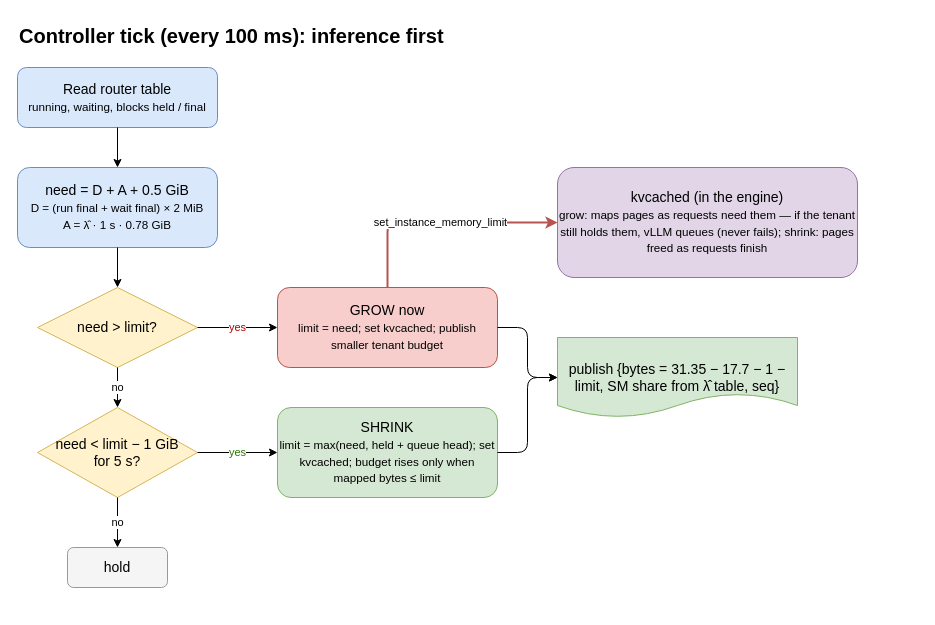
This is coloc_adjust/diagrams/03_controller_loop.drawio from 852866031/cuda-schedule-project, a draw.io file, before an edit. Source tidied: cells renumbered, new cells numbered last; positions are measured from the earlier drawing's top-left corner, leaving out a move shared by most shapes. Both pictures are drawn from the tidied source at 100%, with x=0, y=0 at pixel (17, 17).
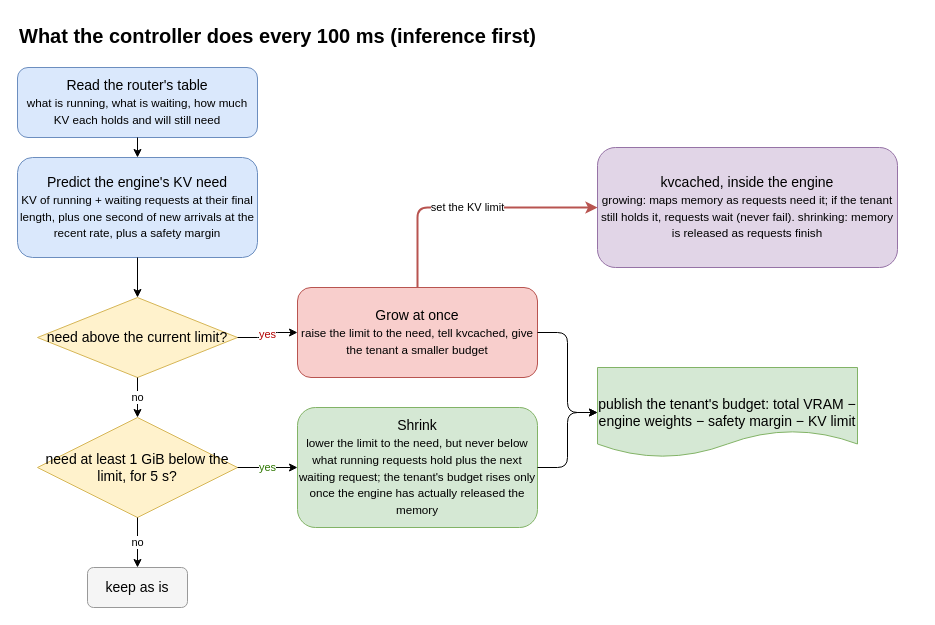
The same diagram, later.

Diff of the diagram source:
```diff
@@
-    <mxCell id="2" value="Controller tick (every 100 ms): inference first" style="text;html=1;fontSize=20;fontStyle=1;align=left;" parent="1" vertex="1">
+    <mxCell id="2" value="What the controller does every 100 ms (inference first)" style="text;html=1;fontSize=20;fontStyle=1;align=left;" parent="1" vertex="1">
       <mxGeometry width="900" height="30" as="geometry" />
     </mxCell>
-    <mxCell id="3" value="Read router table&lt;br&gt;&lt;small&gt;running, waiting, blocks held / final&lt;/small&gt;" style="rounded=1;whiteSpace=wrap;html=1;fontSize=14;fillColor=#dae8fc;strokeColor=#6c8ebf;" parent="1" vertex="1">
-      <mxGeometry y="50" width="200" height="60" as="geometry" />
+    <mxCell id="3" value="Read the router's table&lt;br&gt;&lt;small&gt;what is running, what is waiting, how much KV each holds and will still need&lt;/small&gt;" style="rounded=1;whiteSpace=wrap;html=1;fontSize=14;fillColor=#dae8fc;strokeColor=#6c8ebf;" parent="1" vertex="1">
+      <mxGeometry y="50" width="240" height="70" as="geometry" />
     </mxCell>
-    <mxCell id="4" value="need = D + A + 0.5 GiB&lt;br&gt;&lt;small&gt;D = (run final + wait final) × 2 MiB&lt;br&gt;A = λ̂ · 1 s · 0.78 GiB&lt;/small&gt;" style="rounded=1;whiteSpace=wrap;html=1;fontSize=14;fillColor=#dae8fc;strokeColor=#6c8ebf;" parent="1" vertex="1">
-      <mxGeometry y="150" width="200" height="80" as="geometry" />
+    <mxCell id="4" value="Predict the engine's KV need&lt;br&gt;&lt;small&gt;KV of running + waiting requests at their final length, plus one second of new arrivals at the recent rate, plus a safety margin&lt;/small&gt;" style="rounded=1;whiteSpace=wrap;html=1;fontSize=14;fillColor=#dae8fc;strokeColor=#6c8ebf;" parent="1" vertex="1">
+      <mxGeometry y="140" width="240" height="100" as="geometry" />
     </mxCell>
-    <mxCell id="5" value="need &gt; limit?" style="rhombus;whiteSpace=wrap;html=1;fontSize=14;fillColor=#fff2cc;strokeColor=#d6b656;" parent="1" vertex="1">
-      <mxGeometry x="20" y="270" width="160" height="80" as="geometry" />
+    <mxCell id="5" value="need above the current limit?" style="rhombus;whiteSpace=wrap;html=1;fontSize=14;fillColor=#fff2cc;strokeColor=#d6b656;" parent="1" vertex="1">
+      <mxGeometry x="20" y="280" width="200" height="80" as="geometry" />
     </mxCell>
-    <mxCell id="6" value="GROW now&lt;br&gt;&lt;small&gt;limit = need; set kvcached; publish smaller tenant budget&lt;/small&gt;" style="rounded=1;whiteSpace=wrap;html=1;fontSize=14;fillColor=#f8cecc;strokeColor=#b85450;" parent="1" vertex="1">
-      <mxGeometry x="260" y="270" width="220" height="80" as="geometry" />
+    <mxCell id="6" value="Grow at once&lt;br&gt;&lt;small&gt;raise the limit to the need, tell kvcached, give the tenant a smaller budget&lt;/small&gt;" style="rounded=1;whiteSpace=wrap;html=1;fontSize=14;fillColor=#f8cecc;strokeColor=#b85450;" parent="1" vertex="1">
+      <mxGeometry x="280" y="270" width="240" height="90" as="geometry" />
     </mxCell>
-    <mxCell id="7" value="need &lt; limit − 1 GiB&lt;br&gt;for 5 s?" style="rhombus;whiteSpace=wrap;html=1;fontSize=14;fillColor=#fff2cc;strokeColor=#d6b656;" parent="1" vertex="1">
-      <mxGeometry x="20" y="390" width="160" height="90" as="geometry" />
+    <mxCell id="7" value="need at least 1 GiB below the limit, for 5 s?" style="rhombus;whiteSpace=wrap;html=1;fontSize=14;fillColor=#fff2cc;strokeColor=#d6b656;" parent="1" vertex="1">
+      <mxGeometry x="20" y="400" width="200" height="100" as="geometry" />
     </mxCell>
-    <mxCell id="8" value="SHRINK&lt;br&gt;&lt;small&gt;limit = max(need, held + queue head); set kvcached; budget rises only when mapped bytes ≤ limit&lt;/small&gt;" style="rounded=1;whiteSpace=wrap;html=1;fontSize=14;fillColor=#d5e8d4;strokeColor=#82b366;" parent="1" vertex="1">
-      <mxGeometry x="260" y="390" width="220" height="90" as="geometry" />
+    <mxCell id="8" value="Shrink&lt;br&gt;&lt;small&gt;lower the limit to the need, but never below what running requests hold plus the next waiting request; the tenant's budget rises only once the engine has actually released the memory&lt;/small&gt;" style="rounded=1;whiteSpace=wrap;html=1;fontSize=14;fillColor=#d5e8d4;strokeColor=#82b366;" parent="1" vertex="1">
+      <mxGeometry x="280" y="390" width="240" height="120" as="geometry" />
     </mxCell>
-    <mxCell id="9" value="hold" style="rounded=1;whiteSpace=wrap;html=1;fontSize=14;fillColor=#f5f5f5;strokeColor=#999999;" parent="1" vertex="1">
-      <mxGeometry x="50" y="530" width="100" height="40" as="geometry" />
+    <mxCell id="9" value="keep as is" style="rounded=1;whiteSpace=wrap;html=1;fontSize=14;fillColor=#f5f5f5;strokeColor=#999999;" parent="1" vertex="1">
+      <mxGeometry x="70" y="550" width="100" height="40" as="geometry" />
     </mxCell>
-    <mxCell id="10" value="publish {bytes = 31.35 − 17.7 − 1 − limit, SM share from λ̂ table, seq}" style="shape=document;whiteSpace=wrap;html=1;fontSize=14;fillColor=#d5e8d4;strokeColor=#82b366;" parent="1" vertex="1">
-      <mxGeometry x="540" y="320" width="240" height="80" as="geometry" />
+    <mxCell id="10" value="publish the tenant's budget: total VRAM − engine weights − safety margin − KV limit" style="shape=document;whiteSpace=wrap;html=1;fontSize=14;fillColor=#d5e8d4;strokeColor=#82b366;" parent="1" vertex="1">
+      <mxGeometry x="580" y="350" width="260" height="90" as="geometry" />
     </mxCell>
-    <mxCell id="11" value="kvcached (in the engine)&lt;br&gt;&lt;small&gt;grow: maps pages as requests need them — if the tenant still holds them, vLLM queues (never fails); shrink: pages freed as requests finish&lt;/small&gt;" style="rounded=1;whiteSpace=wrap;html=1;fontSize=14;fillColor=#e1d5e7;strokeColor=#9673a6;" parent="1" vertex="1">
-      <mxGeometry x="540" y="150" width="300" height="110" as="geometry" />
+    <mxCell id="11" value="kvcached, inside the engine&lt;br&gt;&lt;small&gt;growing: maps memory as requests need it; if the tenant still holds it, requests wait (never fail). shrinking: memory is released as requests finish&lt;/small&gt;" style="rounded=1;whiteSpace=wrap;html=1;fontSize=14;fillColor=#e1d5e7;strokeColor=#9673a6;" parent="1" vertex="1">
+      <mxGeometry x="580" y="130" width="300" height="120" as="geometry" />
     </mxCell>
@@
-    <mxCell id="20" value="set_instance_memory_limit" style="edgeStyle=orthogonalEdgeStyle;rounded=1;html=1;strokeColor=#b85450;strokeWidth=2;exitX=0.5;exitY=0;entryX=0;entryY=0.5;labelBackgroundColor=#ffffff;" parent="1" edge="1" source="6" target="11">
+    <mxCell id="20" value="set the KV limit" style="edgeStyle=orthogonalEdgeStyle;rounded=1;html=1;strokeColor=#b85450;strokeWidth=2;exitX=0.5;exitY=0;entryX=0;entryY=0.5;labelBackgroundColor=#ffffff;" parent="1" edge="1" source="6" target="11">
       <mxGeometry relative="1" as="geometry">
         <Array as="points">
-          <mxPoint x="370" y="205" />
+          <mxPoint x="400" y="190" />
         </Array>
       </mxGeometry>
     </mxCell>
```
